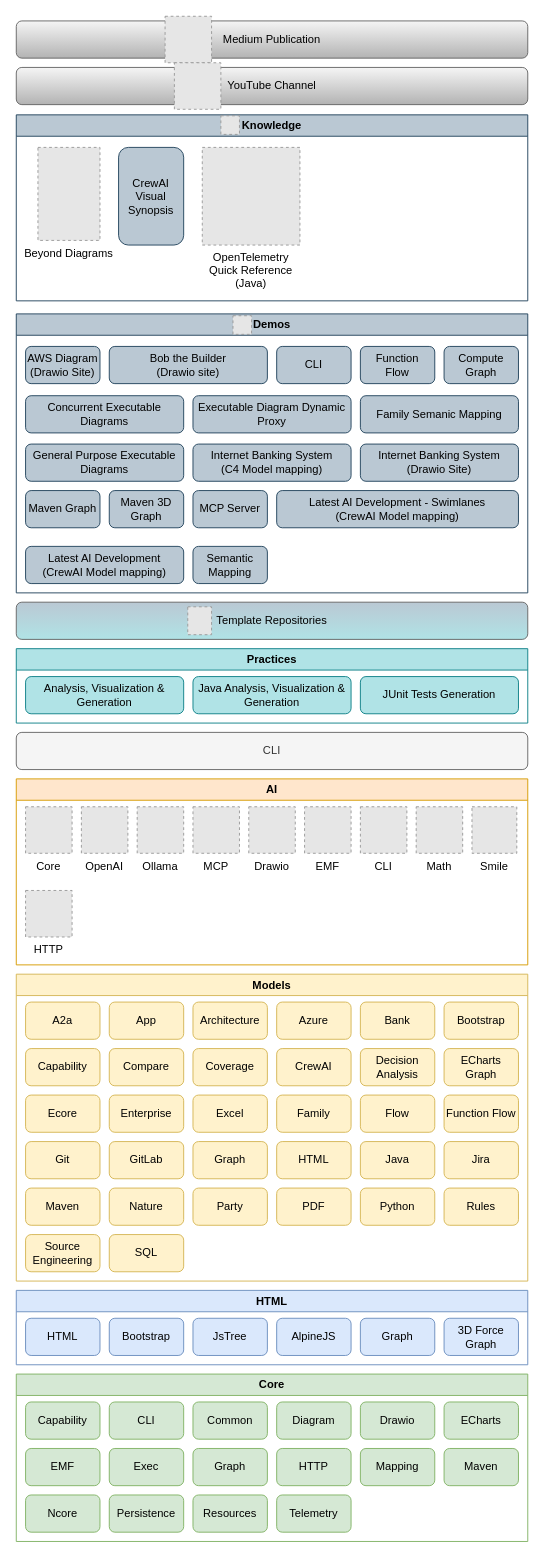
Nasdanika/nasdanika.github.io keeps this draw.io diagram as model/nasdanika.drawio. Above is the earlier version. Source tidied: cells renumbered, new cells numbered last; positions are measured from the earlier drawing's top-left corner, leaving out a move shared by most shapes. Both pictures are drawn from the tidied source at 93%, with x=0, y=0 at pixel (16, 16). Pictures stored in the file or linked from it are replaced by grey dashed boxes.
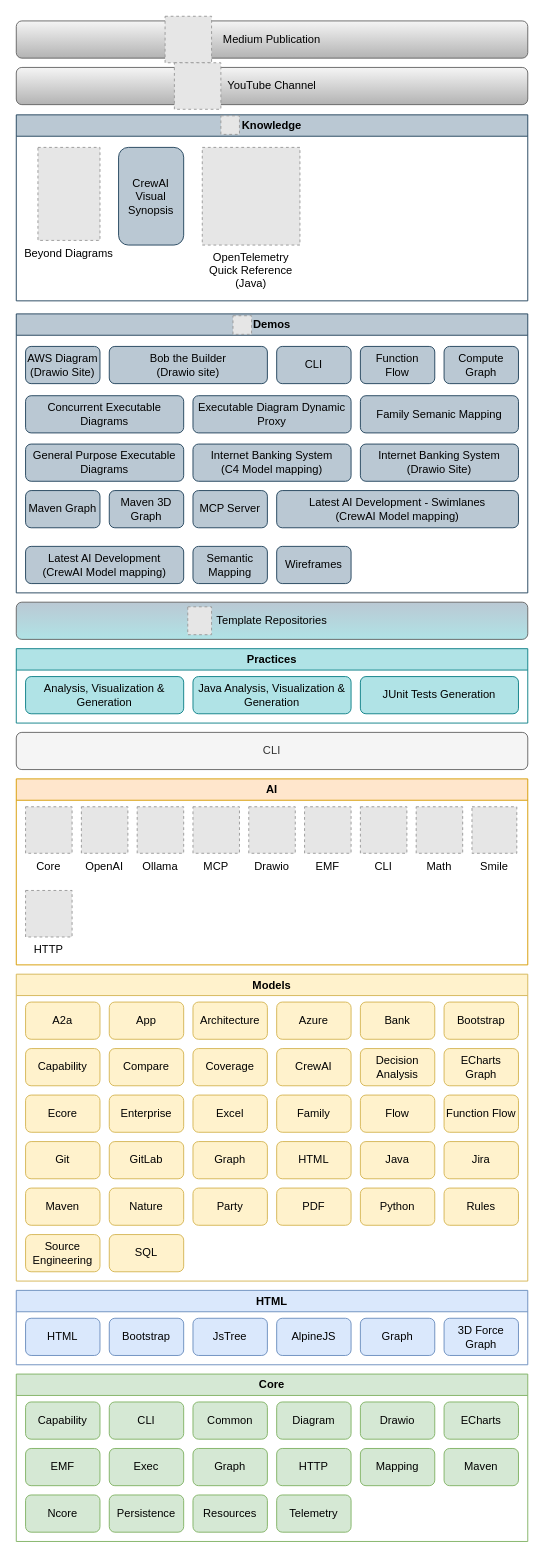
The same diagram, later.

The change refers to these unchanged cells:
```xml
<mxCell id="75" value="Demos" style="swimlane;whiteSpace=wrap;html=1;fillColor=#bac8d3;strokeColor=#23445d;" parent="1" vertex="1">
  <mxGeometry y="320" width="550" height="300" as="geometry" />
</mxCell>
```

The edit, as a diff of the source:
```diff
@@
+    <mxCell id="105" value="Wireframes" style="rounded=1;whiteSpace=wrap;html=1;fillColor=#bac8d3;strokeColor=#23445d;" parent="75" vertex="1">
+      <mxGeometry x="280" y="250" width="80" height="40" as="geometry" />
+    </mxCell>
```
